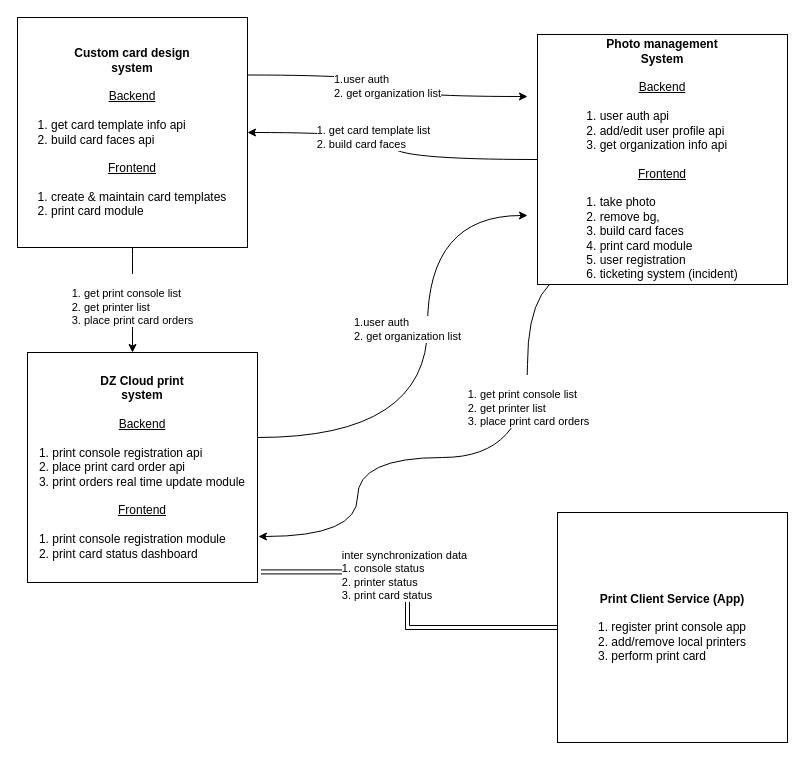
Above: page "overview" (1 of 4) of SmartPhotoID.drawio in delphihero/MyDocument (draw.io), before the change. Source tidied: cells renumbered, new cells numbered last; positions are measured from the earlier drawing's top-left corner, leaving out a move shared by most shapes. Both pictures are drawn from the tidied source at 100%, with x=0, y=0 at pixel (17, 17).
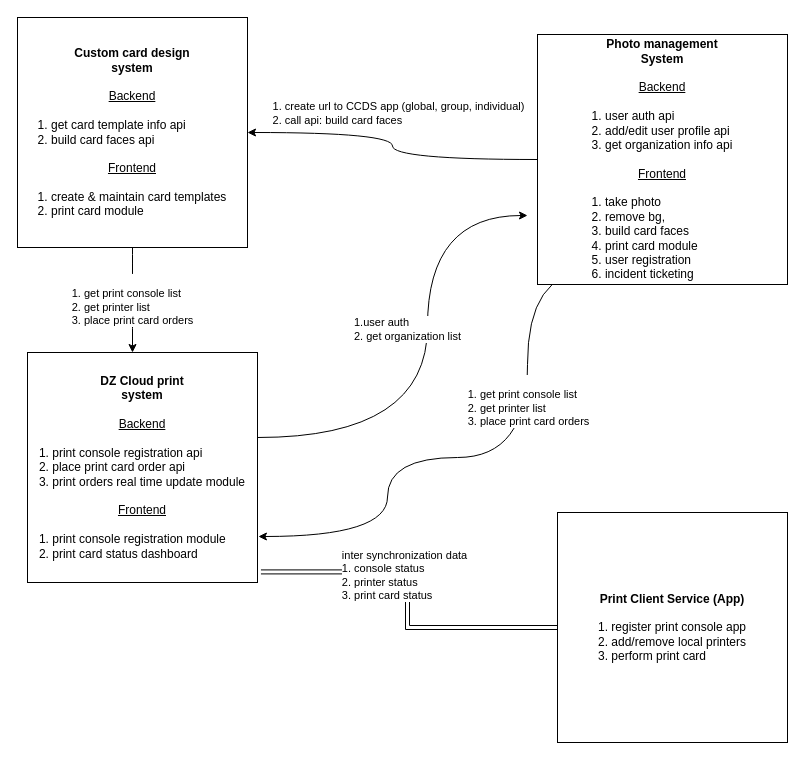
Above is the later version.

The change refers to these unchanged cells:
```xml
<mxCell id="2" style="edgeStyle=orthogonalEdgeStyle;curved=1;rounded=0;jettySize=auto;html=1;entryX=1;entryY=0.5;entryDx=0;entryDy=0;" parent="1" edge="1" source="6" target="9">
  <mxGeometry relative="1" as="geometry" />
</mxCell>
<mxCell id="9" value="&lt;div&gt;&lt;b&gt;Custom card design &lt;br&gt;&lt;/b&gt;&lt;/div&gt;&lt;div&gt;&lt;b&gt;system&lt;/b&gt;&lt;/div&gt;&lt;div&gt;&lt;b&gt;&lt;br&gt;&lt;/b&gt;&lt;/div&gt;&lt;div&gt;&lt;u&gt;Backend&lt;/u&gt;&lt;/div&gt;&lt;div&gt;&lt;br&gt;&lt;/div&gt;&lt;div align=&quot;left&quot;&gt;1. get card template info api&lt;br&gt;&lt;/div&gt;&lt;div align=&quot;left&quot;&gt;2. build card faces api&lt;/div&gt;&lt;div align=&quot;left&quot;&gt;&lt;br&gt;&lt;/div&gt;&lt;div align=&quot;center&quot;&gt;&lt;u&gt;Frontend&lt;/u&gt;&lt;/div&gt;&lt;div align=&quot;center&quot;&gt;&lt;u&gt;&lt;br&gt;&lt;/u&gt;&lt;/div&gt;&lt;div align=&quot;left&quot;&gt;1. create &amp;amp; maintain card templates&lt;/div&gt;&lt;div align=&quot;left&quot;&gt;2. print card module&lt;/div&gt;" style="whiteSpace=wrap;html=1;" parent="1" vertex="1">
  <mxGeometry width="230" height="230" as="geometry" />
</mxCell>
<mxCell id="13" value="&lt;div&gt;&lt;b&gt;DZ Cloud print &lt;br&gt;&lt;/b&gt;&lt;/div&gt;&lt;div&gt;&lt;b&gt;system&lt;/b&gt;&lt;/div&gt;&lt;div&gt;&lt;div align=&quot;center&quot;&gt;&lt;u&gt;&lt;br&gt;&lt;/u&gt;&lt;/div&gt;&lt;div align=&quot;center&quot;&gt;&lt;u&gt;Backend&lt;/u&gt;&lt;/div&gt;&lt;div align=&quot;left&quot;&gt;&lt;br&gt;&lt;/div&gt;&lt;div align=&quot;left&quot;&gt;1. print console registration api&lt;/div&gt;&lt;div align=&quot;left&quot;&gt;2. place print card order api&lt;br&gt;&lt;/div&gt;&lt;/div&gt;&lt;div align=&quot;left&quot;&gt;3. print orders real time update module&lt;br&gt;&lt;/div&gt;&lt;div align=&quot;left&quot;&gt;&lt;br&gt;&lt;/div&gt;&lt;div align=&quot;center&quot;&gt;&lt;u&gt;Frontend&lt;/u&gt;&lt;/div&gt;&lt;div&gt;&lt;br&gt;&lt;div align=&quot;left&quot;&gt;1. print console registration module&lt;/div&gt;&lt;/div&gt;&lt;div align=&quot;left&quot;&gt;2. print card status dashboard&lt;br&gt;&lt;/div&gt;" style="whiteSpace=wrap;html=1;" parent="1" vertex="1">
  <mxGeometry x="10" y="335" width="230" height="230" as="geometry" />
</mxCell>
```

What changed in the source:
```diff
@@
-    <mxCell id="3" value="&lt;div align=&quot;left&quot;&gt;1. get card template list&lt;/div&gt;&lt;div align=&quot;left&quot;&gt;2. build card faces&lt;br&gt;&lt;/div&gt;" style="edgeLabel;html=1;align=center;verticalAlign=middle;" parent="2" vertex="1">
-      <mxGeometry x="0.21" y="4" relative="1" as="geometry" />
+    <mxCell id="3" value="&lt;div align=&quot;left&quot;&gt;1. create url to CCDS app (global, group, individual)&lt;br&gt;&lt;/div&gt;&lt;div align=&quot;left&quot;&gt;2. call api: build card faces&lt;br&gt;&lt;/div&gt;" style="edgeLabel;html=1;align=center;verticalAlign=middle;" parent="2" vertex="1">
+      <mxGeometry x="0.21" y="4" relative="1" as="geometry">
+        <mxPoint x="25" y="-24" as="offset" />
+      </mxGeometry>
     </mxCell>
     <mxCell id="4" style="edgeStyle=orthogonalEdgeStyle;curved=1;rounded=0;jettySize=auto;html=1;entryX=1.004;entryY=0.8;entryDx=0;entryDy=0;entryPerimeter=0;exitX=0.465;exitY=0.996;exitDx=0;exitDy=0;exitPerimeter=0;" parent="1" edge="1" source="6" target="13">
       <mxGeometry relative="1" as="geometry">
         <Array as="points">
-          <mxPoint x="622" y="254" />
+          <mxPoint x="636" y="254" />
           <mxPoint x="510" y="254" />
           <mxPoint x="510" y="440" />
-          <mxPoint x="340" y="440" />
-          <mxPoint x="340" y="509" />
+          <mxPoint x="370" y="440" />
+          <mxPoint x="370" y="519" />
         </Array>
       </mxGeometry>
     </mxCell>
@@
-    <mxCell id="6" value="&lt;div&gt;&lt;b&gt;Photo management&lt;/b&gt;&lt;/div&gt;&lt;div&gt;&lt;b&gt;System&lt;/b&gt;&lt;/div&gt;&lt;div&gt;&lt;b&gt;&lt;br&gt;&lt;/b&gt;&lt;/div&gt;&lt;div&gt;&lt;u&gt;Backend&lt;/u&gt;&lt;br&gt;&lt;/div&gt;&lt;div&gt;&lt;br&gt;&lt;/div&gt;&lt;div align=&quot;left&quot;&gt;1. user auth api&lt;br&gt;&lt;/div&gt;&lt;div align=&quot;left&quot;&gt;2. add/edit user profile api&lt;/div&gt;&lt;div align=&quot;left&quot;&gt;3. get organization info api&lt;br&gt;&lt;/div&gt;&lt;div align=&quot;left&quot;&gt;&lt;br&gt;&lt;/div&gt;&lt;div align=&quot;center&quot;&gt;&lt;u&gt;Frontend&lt;/u&gt;&lt;br&gt;&lt;/div&gt;&lt;div align=&quot;left&quot;&gt;&lt;br&gt;&lt;/div&gt;&lt;div align=&quot;left&quot;&gt;1. take photo&lt;/div&gt;&lt;div align=&quot;left&quot;&gt;2. remove bg, &lt;br&gt;&lt;/div&gt;&lt;div align=&quot;left&quot;&gt;3. build card faces&lt;/div&gt;&lt;div align=&quot;left&quot;&gt;4. print card module&lt;/div&gt;&lt;div align=&quot;left&quot;&gt;5. user registration&lt;/div&gt;&lt;div align=&quot;left&quot;&gt;6. ticketing system (incident)&lt;br&gt;&lt;/div&gt;" style="whiteSpace=wrap;html=1;" parent="1" vertex="1">
+    <mxCell id="6" value="&lt;div&gt;&lt;b&gt;Photo management&lt;/b&gt;&lt;/div&gt;&lt;div&gt;&lt;b&gt;System&lt;/b&gt;&lt;/div&gt;&lt;div&gt;&lt;b&gt;&lt;br&gt;&lt;/b&gt;&lt;/div&gt;&lt;div&gt;&lt;u&gt;Backend&lt;/u&gt;&lt;br&gt;&lt;/div&gt;&lt;div&gt;&lt;br&gt;&lt;/div&gt;&lt;div align=&quot;left&quot;&gt;1. user auth api&lt;br&gt;&lt;/div&gt;&lt;div align=&quot;left&quot;&gt;2. add/edit user profile api&lt;/div&gt;&lt;div align=&quot;left&quot;&gt;3. get organization info api&lt;br&gt;&lt;/div&gt;&lt;div align=&quot;left&quot;&gt;&lt;br&gt;&lt;/div&gt;&lt;div align=&quot;center&quot;&gt;&lt;u&gt;Frontend&lt;/u&gt;&lt;br&gt;&lt;/div&gt;&lt;div align=&quot;left&quot;&gt;&lt;br&gt;&lt;/div&gt;&lt;div align=&quot;left&quot;&gt;1. take photo&lt;/div&gt;&lt;div align=&quot;left&quot;&gt;2. remove bg, &lt;br&gt;&lt;/div&gt;&lt;div align=&quot;left&quot;&gt;3. build card faces&lt;/div&gt;&lt;div align=&quot;left&quot;&gt;4. print card module&lt;/div&gt;&lt;div align=&quot;left&quot;&gt;5. user registration&lt;/div&gt;&lt;div align=&quot;left&quot;&gt;6. incident ticketing &lt;br&gt;&lt;/div&gt;" style="whiteSpace=wrap;html=1;" parent="1" vertex="1">
       <mxGeometry x="520" y="17" width="250" height="250" as="geometry" />
     </mxCell>
-    <mxCell id="7" value="&lt;div align=&quot;left&quot;&gt;1.user auth&lt;/div&gt;&lt;div align=&quot;left&quot;&gt;2. get organization list&lt;br&gt;&lt;/div&gt;" style="edgeStyle=orthogonalEdgeStyle;rounded=0;jettySize=auto;html=1;exitX=1;exitY=0.25;exitDx=0;exitDy=0;curved=1;" parent="1" edge="1" source="9">
-      <mxGeometry relative="1" as="geometry">
-        <mxPoint x="510" y="79" as="targetPoint" />
-        <Array as="points">
-          <mxPoint x="370" y="58" />
-          <mxPoint x="370" y="79" />
-        </Array>
-      </mxGeometry>
-    </mxCell>
```
